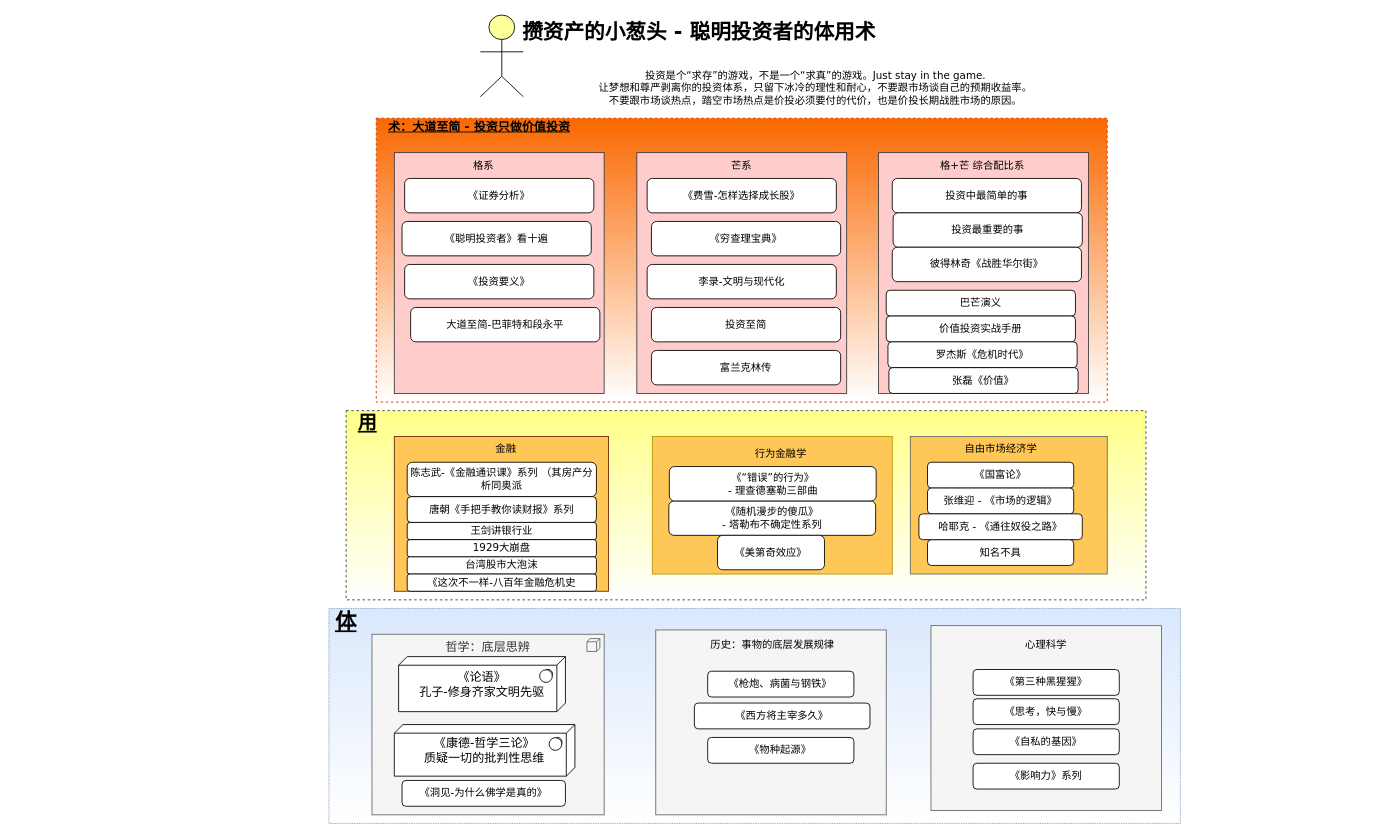
Earlier version of the draw.io diagram investor_books.drawio (eastlakeside/smart-investor). Source tidied: cells renumbered, new cells numbered last; positions are measured from the earlier drawing's top-left corner, leaving out a move shared by most shapes. Both pictures are drawn from the tidied source at 86%, with x=0, y=0 at pixel (15, 15).
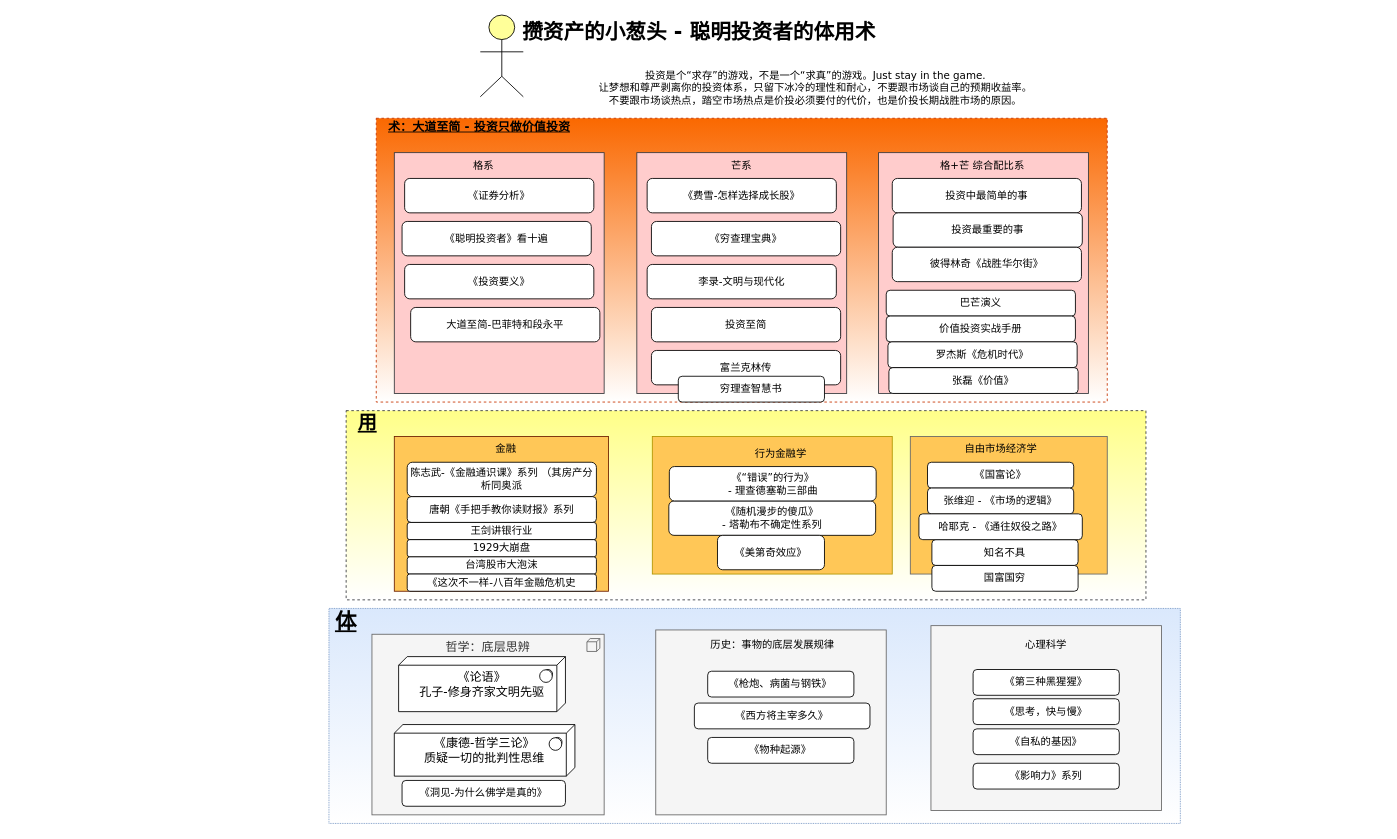
Above is the later version.

Diff of the diagram source:
```diff
@@
     <mxCell id="33" value="知名不具" style="rounded=1;whiteSpace=wrap;html=1;gradientColor=#ffffff;fontFamily=Verdana;" parent="1" vertex="1">
-      <mxGeometry x="1061" y="610" width="170" height="30" as="geometry" />
+      <mxGeometry x="1066.1" y="610" width="170" height="30" as="geometry" />
     </mxCell>
@@
+    <mxCell id="67" value="国富国穷" style="rounded=1;whiteSpace=wrap;html=1;gradientColor=#ffffff;fontFamily=Verdana;" parent="1" vertex="1">
+      <mxGeometry x="1066.1" y="640" width="170" height="30" as="geometry" />
+    </mxCell>
+    <mxCell id="68" value="穷理查智慧书" style="rounded=1;whiteSpace=wrap;html=1;gradientColor=#ffffff;fontFamily=Verdana;" parent="1" vertex="1">
+      <mxGeometry x="771.2" y="420" width="170" height="30" as="geometry" />
+    </mxCell>
```
